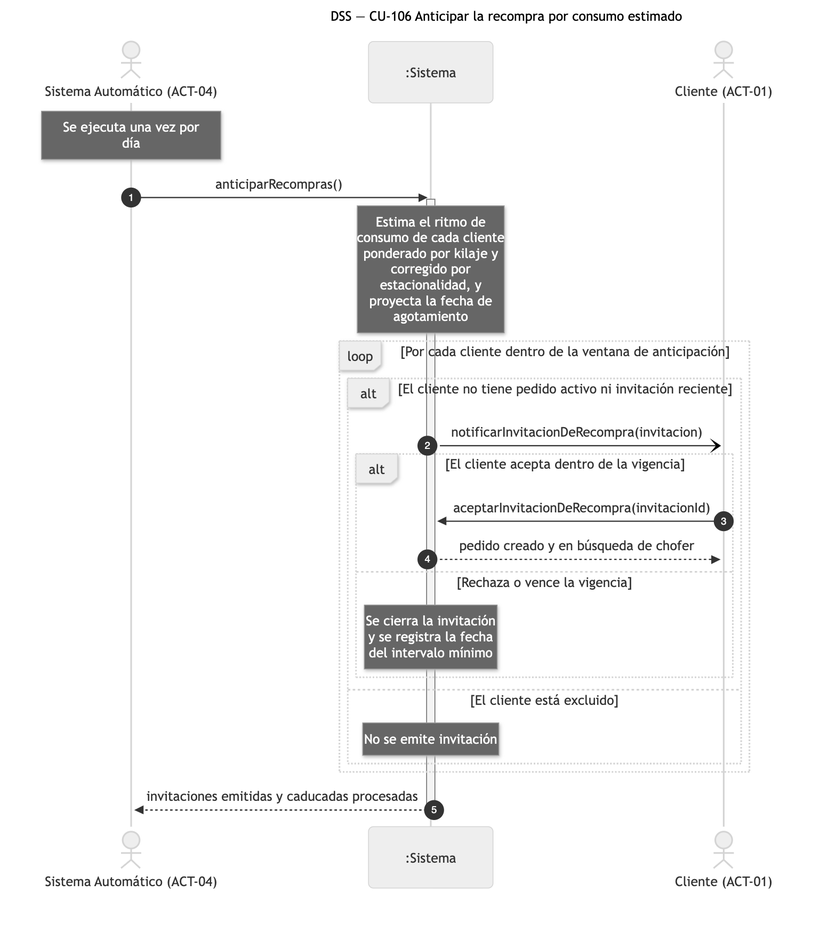
Earlier version of the Mermaid export diagramas/png/DSS_CU-106_Anticipar-La-Recompra-Por-Consumo-Estimado.png (Nahuelito-Dev/splg-docs). Its source is kept beside it as diagramas/DSS_CU-106_Anticipar-La-Recompra-Por-Consumo-Estimado.mmd.
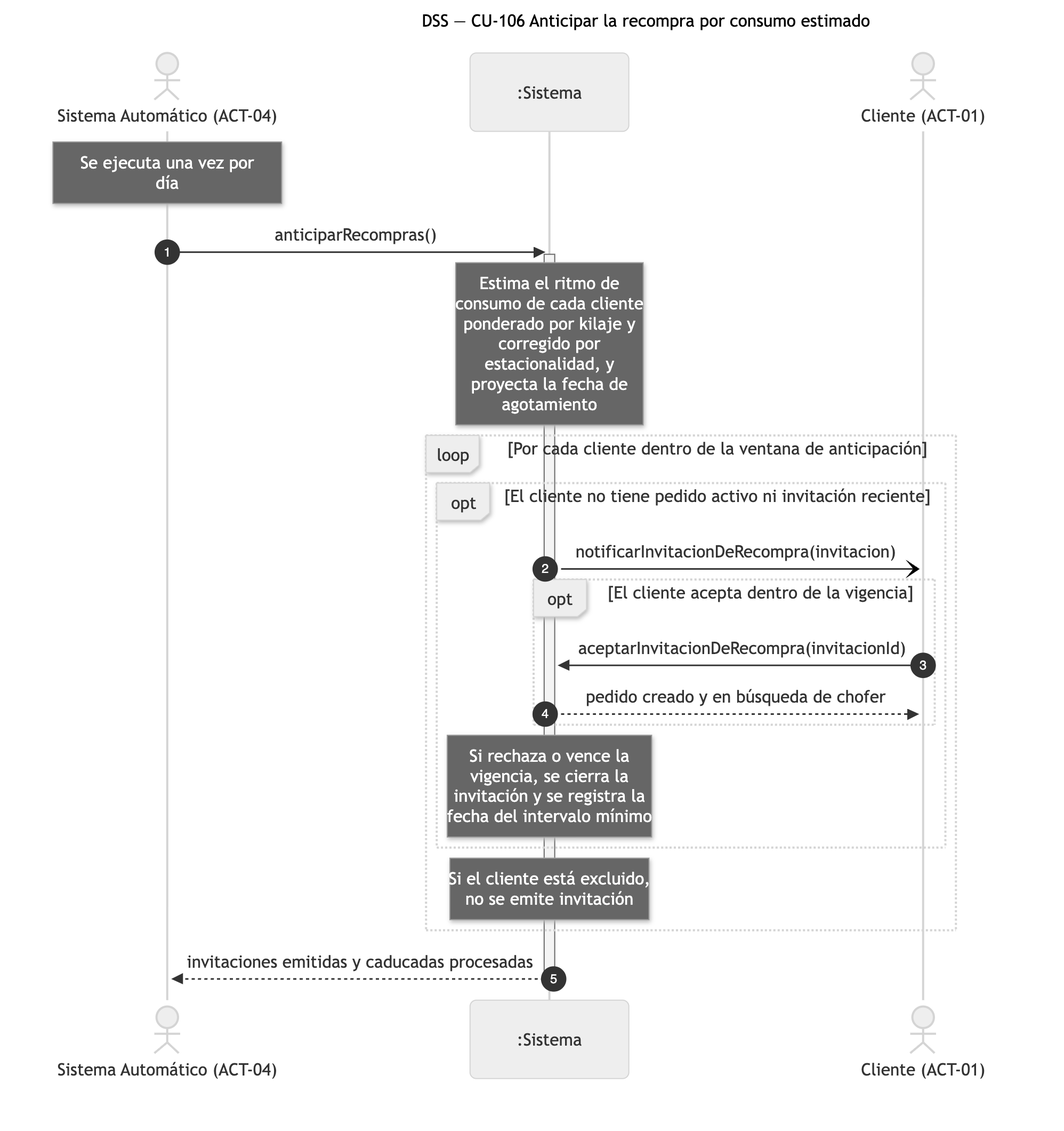
After the change.

Change to the diagram source:
```diff
@@ -11,17 +11,15 @@
     Note over SIS: Estima el ritmo de<br/>consumo de cada cliente<br/>ponderado por kilaje y<br/>corregido por<br/>estacionalidad, y<br/>proyecta la fecha de<br/>agotamiento
 
     loop Por cada cliente dentro de la ventana de anticipación
-        alt El cliente no tiene pedido activo ni invitación reciente
+        opt El cliente no tiene pedido activo ni invitación reciente
             SIS-)CLI: notificarInvitacionDeRecompra(invitacion)
-            alt El cliente acepta dentro de la vigencia
+            opt El cliente acepta dentro de la vigencia
                 CLI->>SIS: aceptarInvitacionDeRecompra(invitacionId)
                 SIS-->>CLI: pedido creado y en búsqueda de chofer
-            else Rechaza o vence la vigencia
-                Note over SIS: Se cierra la invitación<br/>y se registra la fecha<br/>del intervalo mínimo
             end
-        else El cliente está excluido
-            Note over SIS: No se emite invitación
+            Note over SIS: Si rechaza o vence la<br/>vigencia, se cierra la<br/>invitación y se registra la<br/>fecha del intervalo mínimo
         end
+        Note over SIS: Si el cliente está excluido,<br/>no se emite invitación
     end
     SIS-->>SAU: invitaciones emitidas y caducadas procesadas
     deactivate SIS
```
